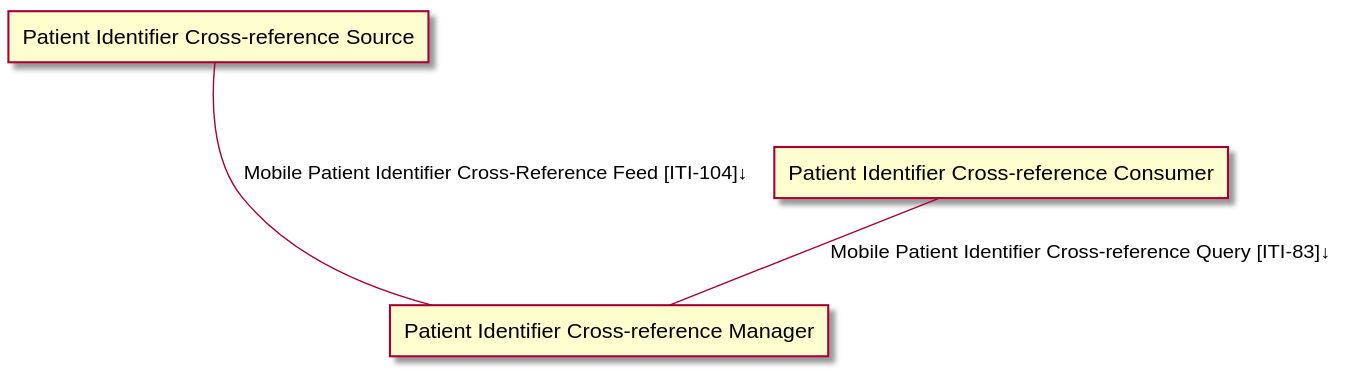
This is input/images/ActorsAndTransactions.svg from IHE/ITI.PIXm, a PlantUML export, as it was before one commit.
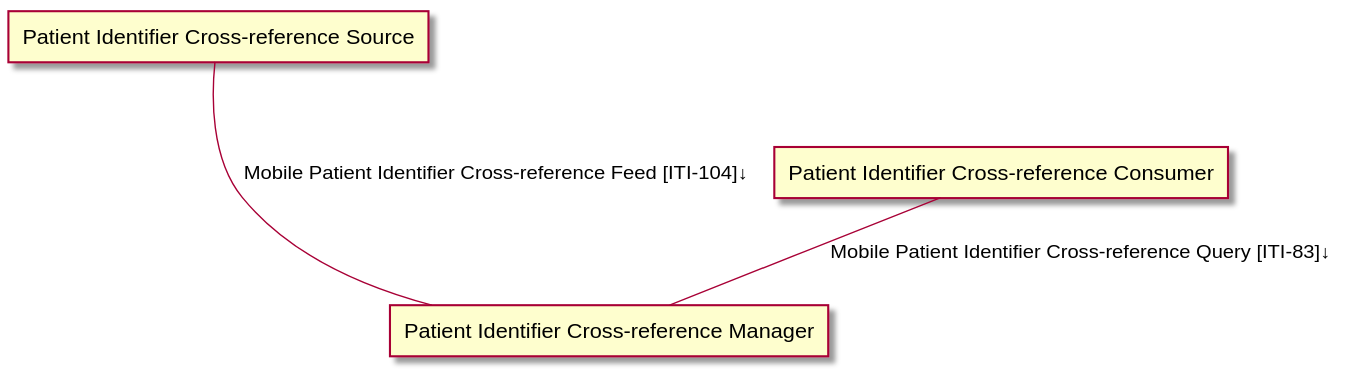
The same diagram one commit later.

Change to the diagram source:
```diff
@@ -5,7 +5,7 @@
 agent "Patient Identifier Cross-reference Manager" as Manager
 
 
-Source --- Manager: "Mobile Patient Identifier Cross-Reference Feed [ITI-104]↓"
+Source --- Manager: "Mobile Patient Identifier Cross-reference Feed [ITI-104]↓"
 Consumer -- Manager : "Mobile Patient Identifier Cross-reference Query [ITI-83]↓"
 
 @enduml
```
